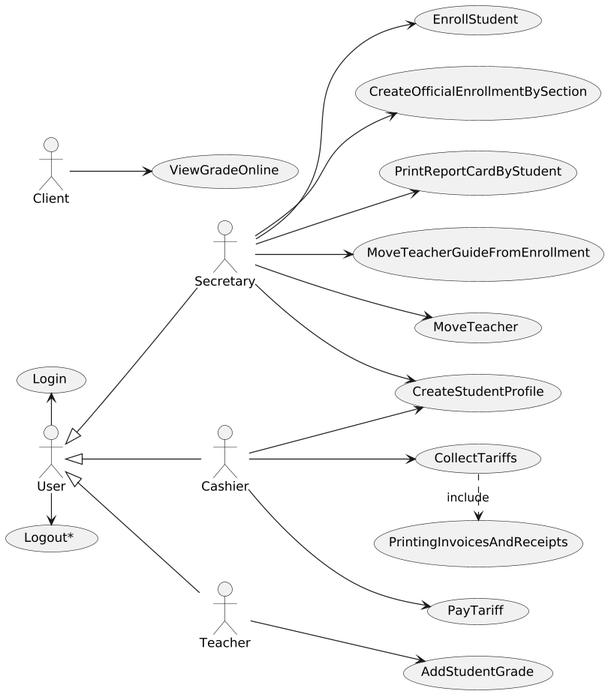
This is out/UseCaseView/UseCases.png from wsmcbl/wsmcbl.doc, a PlantUML export, as it was before one commit.
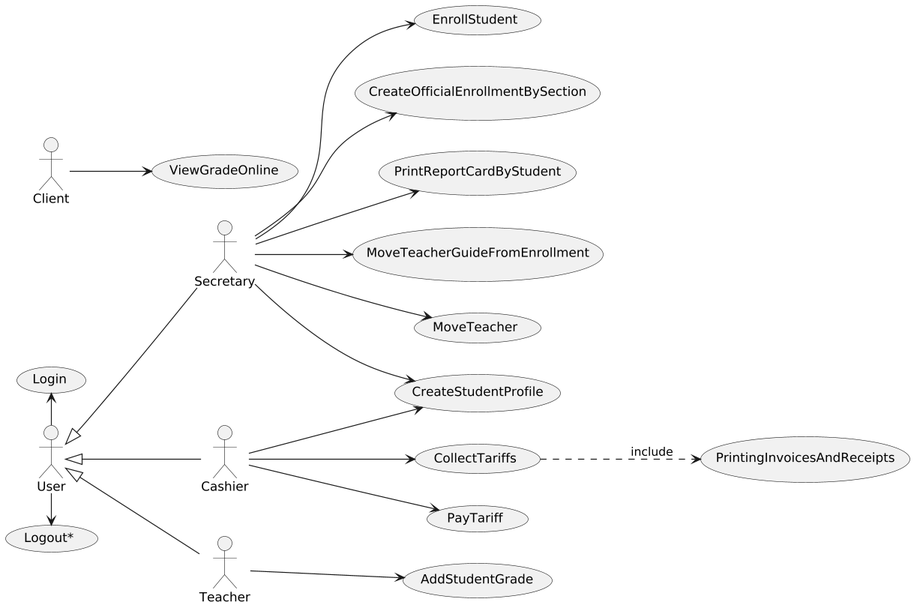
After the commit.

What changed in the source:
```diff
@@ -24,7 +24,7 @@
 
 Cashier --> CollectTariffs
 
-CollectTariffs .right.> PrintingInvoicesAndReceipts: include
+CollectTariffs ..> PrintingInvoicesAndReceipts: include
 
 
 actor Client
```
